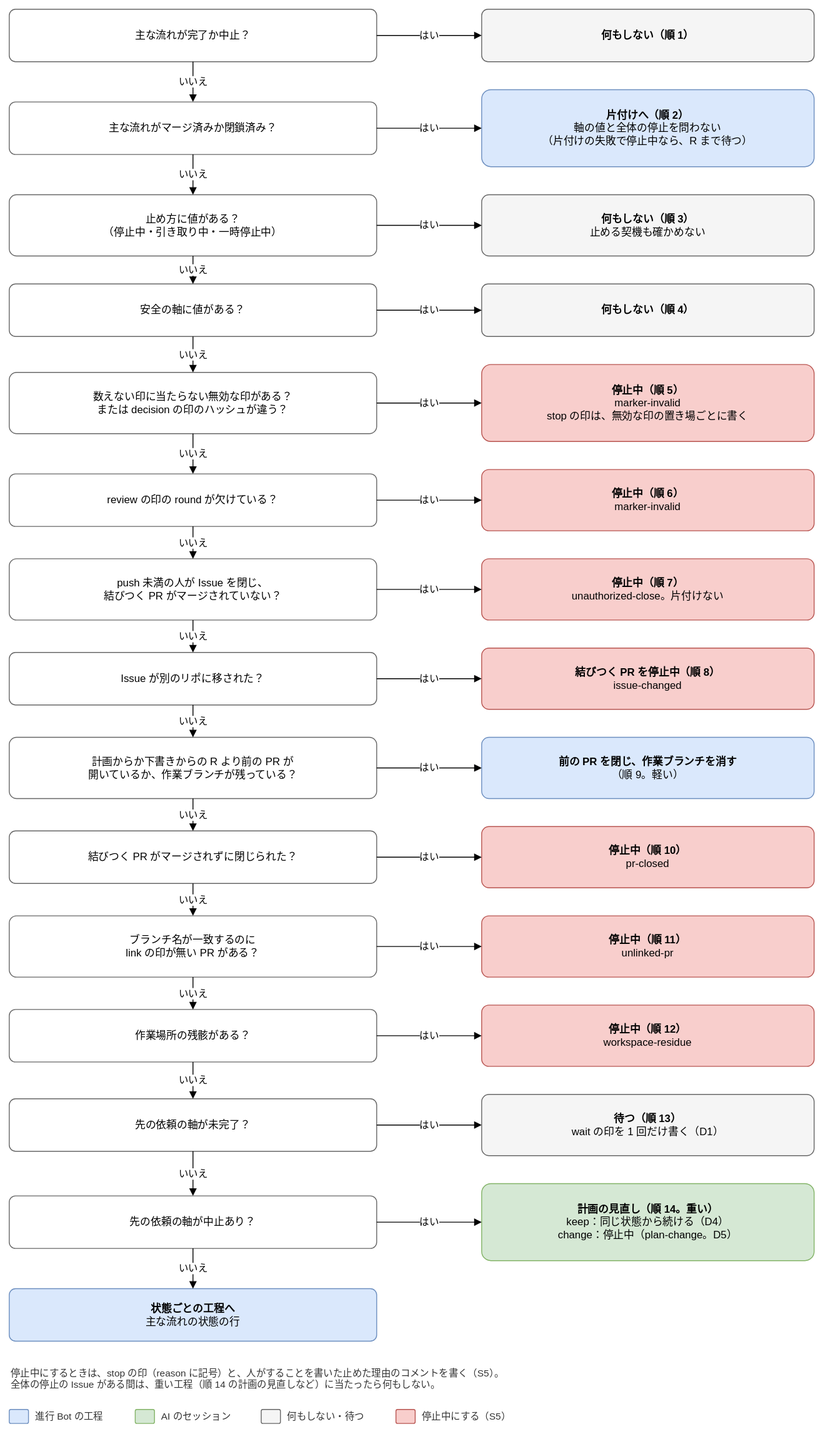
This is docs/design/basic/diagrams/02-next-step-stops.drawio.svg from Joymerrevent/dev-autopilot, a draw.io export, as it was before one commit. Source tidied: cells renumbered, new cells last; positions are measured from the earlier drawing's top-left corner, leaving out a move shared by most shapes.
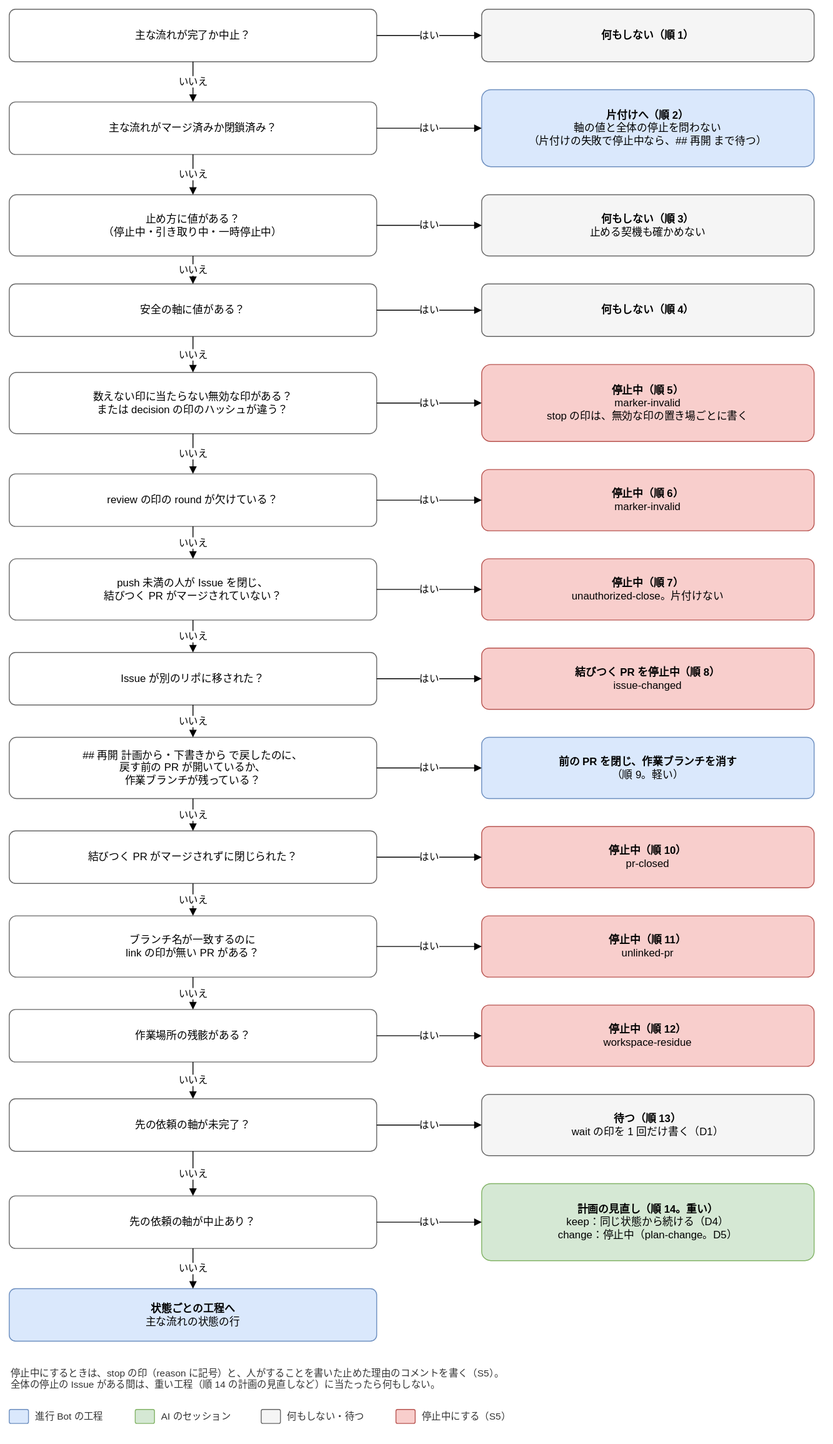
After the change.

Commit message:
docs: 次の工程の先に見る図で、定義の無い R を言葉に書き直す

図の中で R（push 以上の人が書いた最新の ## 再開 <戻す先>）の意味が書かれていなかったので、
メンテナのレビューで直した。

- 順 9 の問い：「## 再開 計画から・下書きから で戻したのに、戻す前の PR が開いているか、
  作業ブランチが残っている？」
- 順 2 の片付け：「片付けの失敗で停止中なら、## 再開 まで待つ」

Change to the diagram source:
```diff
@@ -14,7 +14,7 @@
     <mxCell id="5" value="主な流れがマージ済みか閉鎖済み？" style="rounded=1;whiteSpace=wrap;html=1;fontSize=12;arcSize=12;spacing=12;fillColor=#ffffff;strokeColor=#666666;" parent="1" vertex="1">
       <mxGeometry y="106" width="420" height="60" as="geometry" />
     </mxCell>
-    <mxCell id="6" value="&lt;b&gt;片付けへ（順 2）&lt;/b&gt;&lt;br&gt;軸の値と全体の停止を問わない&lt;br&gt;（片付けの失敗で停止中なら、R まで待つ）" style="rounded=1;whiteSpace=wrap;html=1;fontSize=12;arcSize=12;spacing=12;fillColor=#dae8fc;strokeColor=#6c8ebf;" parent="1" vertex="1">
+    <mxCell id="6" value="&lt;b&gt;片付けへ（順 2）&lt;/b&gt;&lt;br&gt;軸の値と全体の停止を問わない&lt;br&gt;（片付けの失敗で停止中なら、## 再開 まで待つ）" style="rounded=1;whiteSpace=wrap;html=1;fontSize=12;arcSize=12;spacing=12;fillColor=#dae8fc;strokeColor=#6c8ebf;" parent="1" vertex="1">
       <mxGeometry x="540" y="92" width="380" height="88" as="geometry" />
     </mxCell>
     <mxCell id="7" value="はい" style="edgeStyle=orthogonalEdgeStyle;rounded=1;html=1;endArrow=block;endFill=1;fontSize=11;labelBackgroundColor=#ffffff;exitX=1;exitY=0.5;exitDx=0;exitDy=0;entryX=0;entryY=0.5;entryDx=0;entryDy=0;" parent="1" edge="1" source="5" target="6">
@@ -95,7 +95,7 @@
     <mxCell id="32" value="いいえ" style="edgeStyle=orthogonalEdgeStyle;rounded=1;html=1;endArrow=block;endFill=1;fontSize=11;labelBackgroundColor=#ffffff;exitX=0.5;exitY=1;exitDx=0;exitDy=0;entryX=0.5;entryY=0;entryDx=0;entryDy=0;" parent="1" edge="1" source="25" target="29">
       <mxGeometry relative="1" as="geometry" />
     </mxCell>
-    <mxCell id="33" value="計画からか下書きからの R より前の PR が&lt;br&gt;開いているか、作業ブランチが残っている？" style="rounded=1;whiteSpace=wrap;html=1;fontSize=12;arcSize=12;spacing=12;fillColor=#ffffff;strokeColor=#666666;" parent="1" vertex="1">
+    <mxCell id="33" value="## 再開 計画から・下書きから で戻したのに、&lt;br&gt;戻す前の PR が開いているか、&lt;br&gt;作業ブランチが残っている？" style="rounded=1;whiteSpace=wrap;html=1;fontSize=12;arcSize=12;spacing=12;fillColor=#ffffff;strokeColor=#666666;" parent="1" vertex="1">
       <mxGeometry y="832" width="420" height="70" as="geometry" />
     </mxCell>
     <mxCell id="34" value="&lt;b&gt;前の PR を閉じ、作業ブランチを消す&lt;/b&gt;&lt;br&gt;（順 9。軽い）" style="rounded=1;whiteSpace=wrap;html=1;fontSize=12;arcSize=12;spacing=12;fillColor=#dae8fc;strokeColor=#6c8ebf;" parent="1" vertex="1">
```
